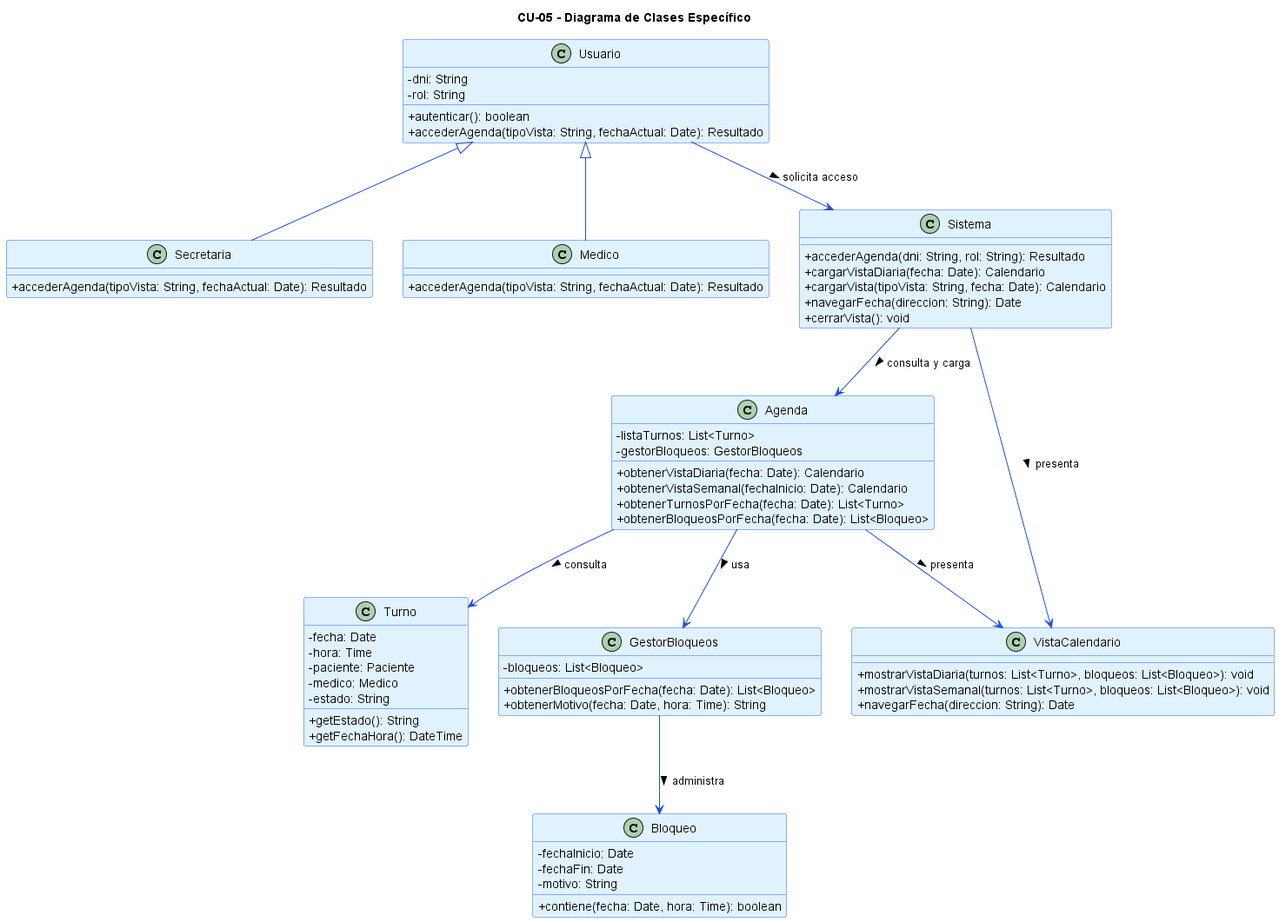
Earlier version of the PlantUML export diagramas/01-diagrama-clases/05-clase-visualizar-agenda.png (angelgc9107-lgtm/SistemaTurnosMedicos_GP6).
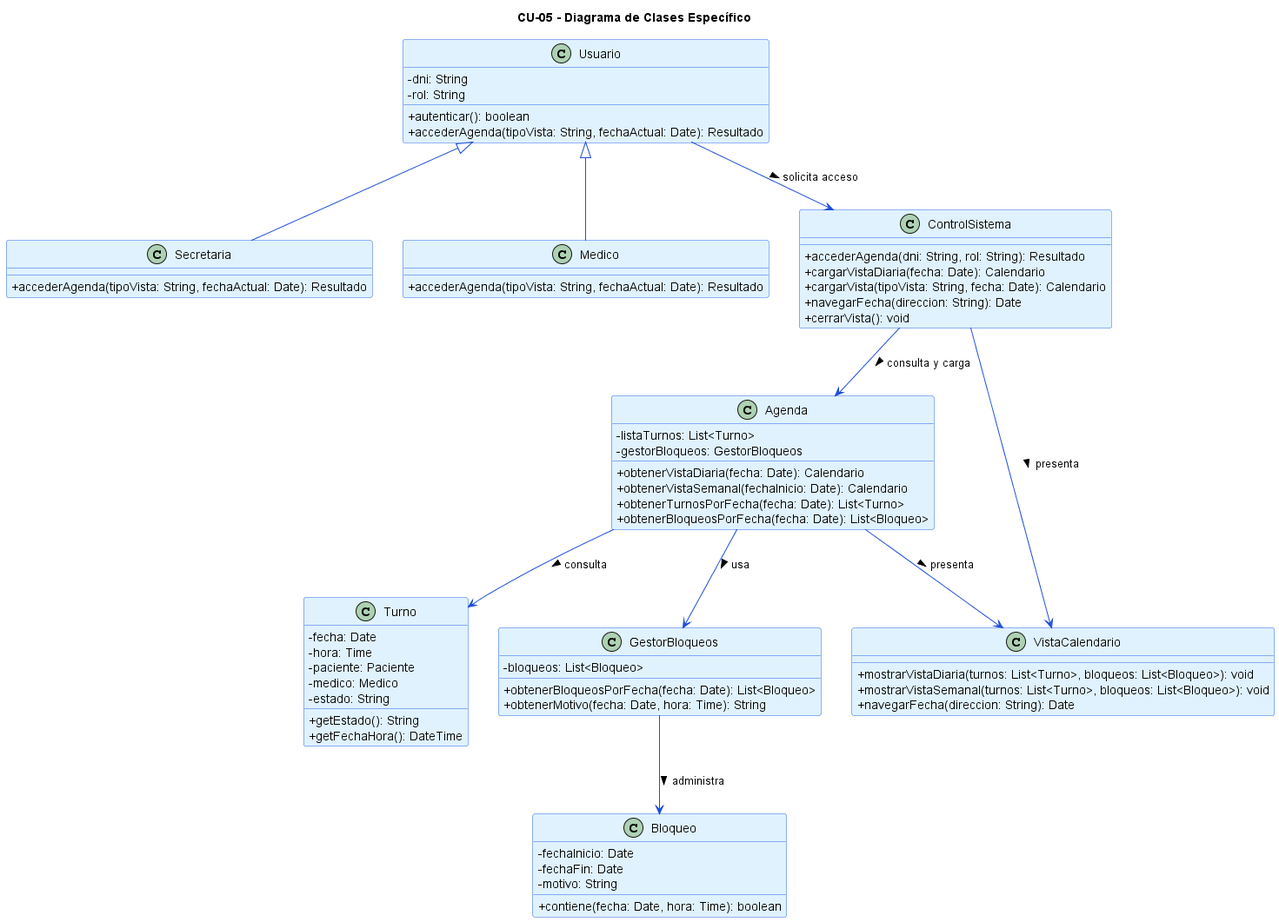
The same file after the commit.

Commit message:
Actualiza diagrama

What changed in the source:
```diff
@@ -61,7 +61,7 @@
     + contiene(fecha: Date, hora: Time): boolean
 }
 
-class Sistema {
+class ControlSistema {
     + accederAgenda(dni: String, rol: String): Resultado
     + cargarVistaDiaria(fecha: Date): Calendario
     + cargarVista(tipoVista: String, fecha: Date): Calendario
@@ -71,9 +71,9 @@
 
 Usuario <|-- Secretaria
 Usuario <|-- Medico
-Usuario --> Sistema : solicita acceso >
-Sistema --> Agenda : consulta y carga >
-Sistema --> VistaCalendario : presenta >
+Usuario --> ControlSistema : solicita acceso >
+ControlSistema --> Agenda : consulta y carga >
+ControlSistema --> VistaCalendario : presenta >
 Agenda --> Turno : consulta >
 Agenda --> GestorBloqueos : usa >
 Agenda --> VistaCalendario : presenta >
```
